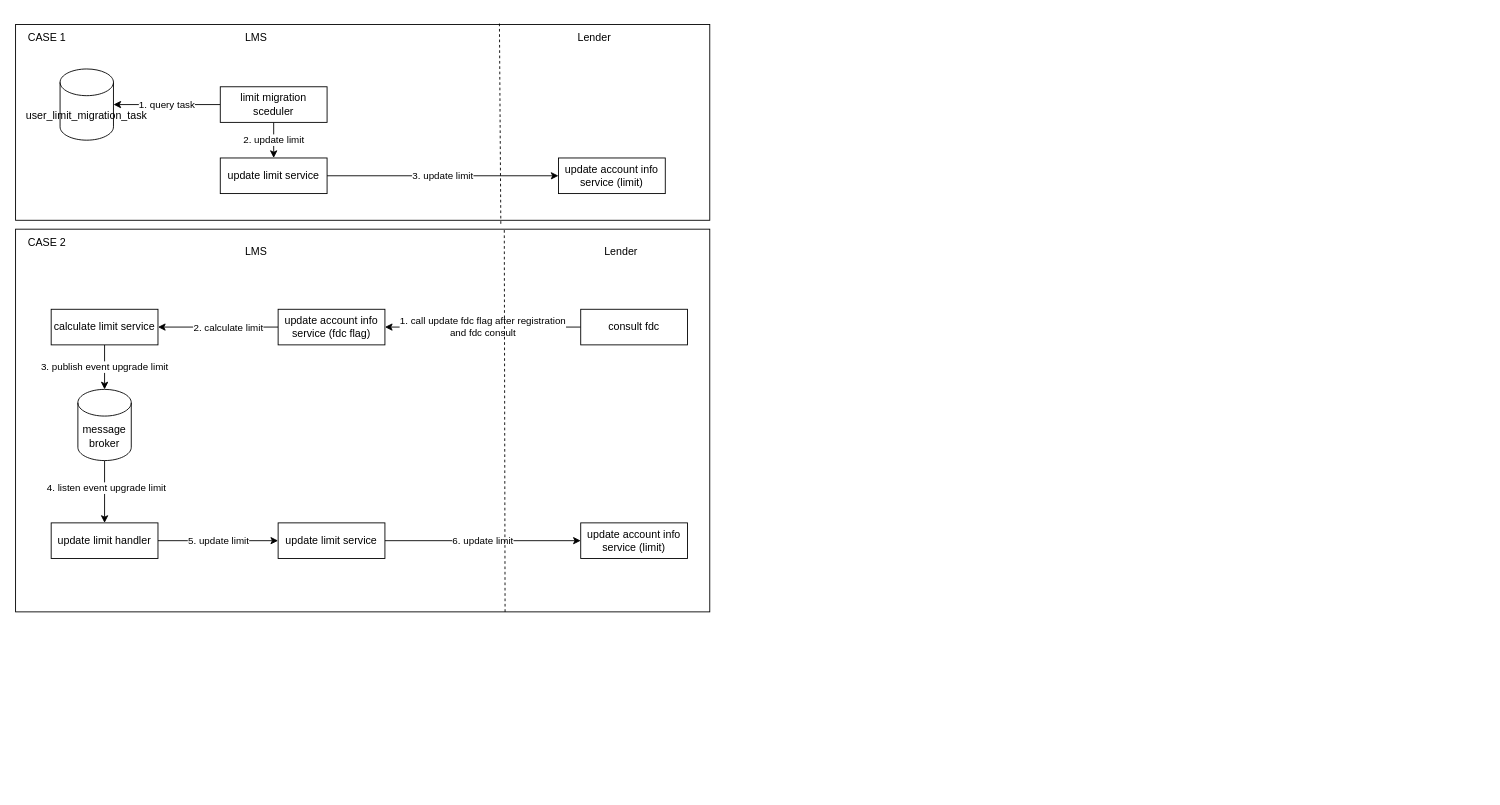
Above: increase_limit.drawio in bonggalshn/dna_diagram (draw.io), before the change. Source tidied: cells renumbered, new cells numbered last; positions are measured from the earlier drawing's top-left corner, leaving out a move shared by most shapes. Both pictures are drawn from the tidied source at 89%, with x=0, y=0 at pixel (15, 24).
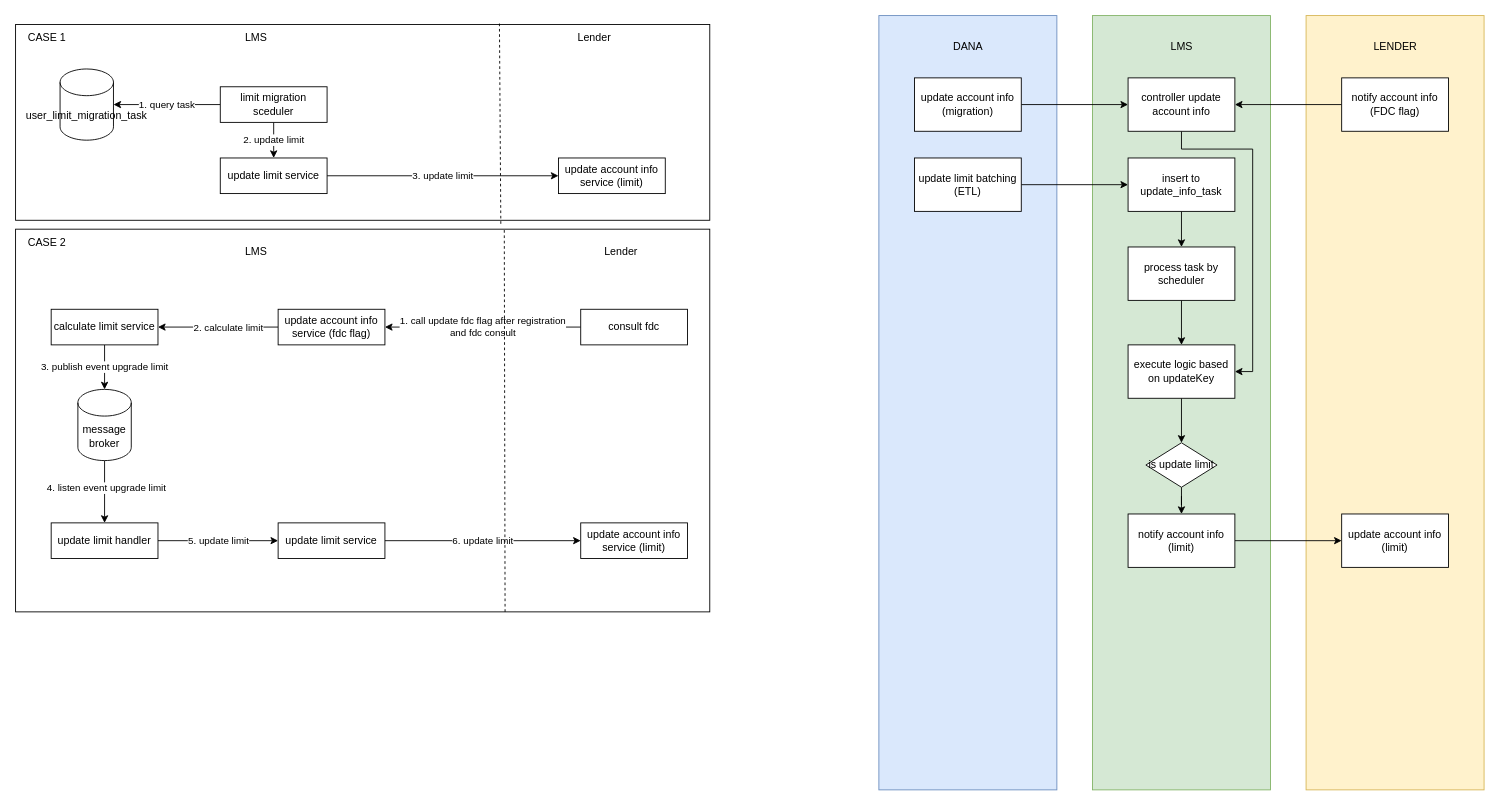
After the change.

Diff of the diagram source:
```diff
@@
+    <mxCell id="34" style="rounded=0;whiteSpace=wrap;html=1;fillColor=#dae8fc;strokeColor=#6c8ebf;" parent="1" vertex="1">
+      <mxGeometry x="970" y="-10" width="200" height="870" as="geometry" />
+    </mxCell>
+    <mxCell id="35" style="rounded=0;whiteSpace=wrap;html=1;fillColor=#d5e8d4;strokeColor=#82b366;" parent="1" vertex="1">
+      <mxGeometry x="1210" y="-10" width="200" height="870" as="geometry" />
+    </mxCell>
+    <mxCell id="36" style="rounded=0;whiteSpace=wrap;html=1;fillColor=#fff2cc;strokeColor=#d6b656;" parent="1" vertex="1">
+      <mxGeometry x="1450" y="-10" width="200" height="870" as="geometry" />
+    </mxCell>
+    <mxCell id="37" style="edgeStyle=orthogonalEdgeStyle;rounded=0;jettySize=auto;html=1;exitX=1;exitY=0.5;exitDx=0;exitDy=0;entryX=0;entryY=0.5;entryDx=0;entryDy=0;" parent="1" edge="1" source="38" target="43">
+      <mxGeometry relative="1" as="geometry" />
+    </mxCell>
+    <mxCell id="38" value="update limit batching (ETL)" style="rounded=0;whiteSpace=wrap;html=1;" parent="1" vertex="1">
+      <mxGeometry x="1010" y="150" width="120" height="60" as="geometry" />
+    </mxCell>
+    <mxCell id="39" value="DANA" style="text;html=1;align=center;verticalAlign=middle;strokeColor=none;fillColor=none;" parent="1" vertex="1">
+      <mxGeometry x="1040" y="10" width="60" height="30" as="geometry" />
+    </mxCell>
+    <mxCell id="40" value="LMS" style="text;html=1;align=center;verticalAlign=middle;strokeColor=none;fillColor=none;" parent="1" vertex="1">
+      <mxGeometry x="1285" y="10" width="50" height="30" as="geometry" />
+    </mxCell>
+    <mxCell id="41" value="LENDER" style="text;html=1;align=center;verticalAlign=middle;strokeColor=none;fillColor=none;" parent="1" vertex="1">
+      <mxGeometry x="1515" y="10" width="70" height="30" as="geometry" />
+    </mxCell>
+    <mxCell id="42" style="edgeStyle=orthogonalEdgeStyle;rounded=0;jettySize=auto;html=1;exitX=0.5;exitY=1;exitDx=0;exitDy=0;" parent="1" edge="1" source="43" target="47">
+      <mxGeometry relative="1" as="geometry" />
+    </mxCell>
+    <mxCell id="43" value="insert to update_info_task" style="rounded=0;whiteSpace=wrap;html=1;" parent="1" vertex="1">
+      <mxGeometry x="1250" y="150" width="120" height="60" as="geometry" />
+    </mxCell>
+    <mxCell id="44" style="edgeStyle=orthogonalEdgeStyle;rounded=0;jettySize=auto;html=1;exitX=0;exitY=0.5;exitDx=0;exitDy=0;" parent="1" edge="1" source="45" target="51">
+      <mxGeometry relative="1" as="geometry" />
+    </mxCell>
+    <mxCell id="45" value="notify account info (FDC flag)" style="rounded=0;whiteSpace=wrap;html=1;" parent="1" vertex="1">
+      <mxGeometry x="1490" y="60" width="120" height="60" as="geometry" />
+    </mxCell>
+    <mxCell id="46" style="edgeStyle=orthogonalEdgeStyle;rounded=0;jettySize=auto;html=1;exitX=0.5;exitY=1;exitDx=0;exitDy=0;" parent="1" edge="1" source="47" target="49">
+      <mxGeometry relative="1" as="geometry" />
+    </mxCell>
+    <mxCell id="47" value="process task by scheduler" style="rounded=0;whiteSpace=wrap;html=1;" parent="1" vertex="1">
+      <mxGeometry x="1250" y="250" width="120" height="60" as="geometry" />
+    </mxCell>
+    <mxCell id="48" style="edgeStyle=orthogonalEdgeStyle;rounded=0;jettySize=auto;html=1;exitX=0.5;exitY=1;exitDx=0;exitDy=0;entryX=0.5;entryY=0;entryDx=0;entryDy=0;" parent="1" edge="1" source="49" target="55">
+      <mxGeometry relative="1" as="geometry" />
+    </mxCell>
+    <mxCell id="49" value="execute logic based on updateKey" style="rounded=0;whiteSpace=wrap;html=1;" parent="1" vertex="1">
+      <mxGeometry x="1250" y="360" width="120" height="60" as="geometry" />
+    </mxCell>
+    <mxCell id="50" style="edgeStyle=orthogonalEdgeStyle;rounded=0;jettySize=auto;html=1;exitX=0.5;exitY=1;exitDx=0;exitDy=0;entryX=1;entryY=0.5;entryDx=0;entryDy=0;" parent="1" edge="1" source="51" target="49">
+      <mxGeometry relative="1" as="geometry">
+        <Array as="points">
+          <mxPoint x="1310" y="140" />
+          <mxPoint x="1390" y="140" />
+          <mxPoint x="1390" y="390" />
+        </Array>
+      </mxGeometry>
+    </mxCell>
+    <mxCell id="51" value="controller update account info" style="rounded=0;whiteSpace=wrap;html=1;" parent="1" vertex="1">
+      <mxGeometry x="1250" y="60" width="120" height="60" as="geometry" />
+    </mxCell>
+    <mxCell id="52" style="edgeStyle=orthogonalEdgeStyle;rounded=0;jettySize=auto;html=1;exitX=1;exitY=0.5;exitDx=0;exitDy=0;" parent="1" edge="1" source="53" target="51">
+      <mxGeometry relative="1" as="geometry" />
+    </mxCell>
+    <mxCell id="53" value="update account info (migration)" style="rounded=0;whiteSpace=wrap;html=1;" parent="1" vertex="1">
+      <mxGeometry x="1010" y="60" width="120" height="60" as="geometry" />
+    </mxCell>
+    <mxCell id="54" style="edgeStyle=orthogonalEdgeStyle;rounded=0;jettySize=auto;html=1;exitX=0.5;exitY=1;exitDx=0;exitDy=0;" parent="1" edge="1" source="55" target="57">
+      <mxGeometry relative="1" as="geometry" />
+    </mxCell>
+    <mxCell id="55" value="is update limit" style="rhombus;whiteSpace=wrap;html=1;" parent="1" vertex="1">
+      <mxGeometry x="1270" y="470" width="80" height="50" as="geometry" />
+    </mxCell>
+    <mxCell id="56" style="edgeStyle=orthogonalEdgeStyle;rounded=0;jettySize=auto;html=1;exitX=1;exitY=0.5;exitDx=0;exitDy=0;" parent="1" edge="1" source="57" target="58">
+      <mxGeometry relative="1" as="geometry" />
+    </mxCell>
+    <mxCell id="57" value="notify account info (limit)" style="rounded=0;whiteSpace=wrap;html=1;" parent="1" vertex="1">
+      <mxGeometry x="1250" y="550" width="120" height="60" as="geometry" />
+    </mxCell>
+    <mxCell id="58" value="update account info (limit)" style="rounded=0;whiteSpace=wrap;html=1;" parent="1" vertex="1">
+      <mxGeometry x="1490" y="550" width="120" height="60" as="geometry" />
+    </mxCell>
```
